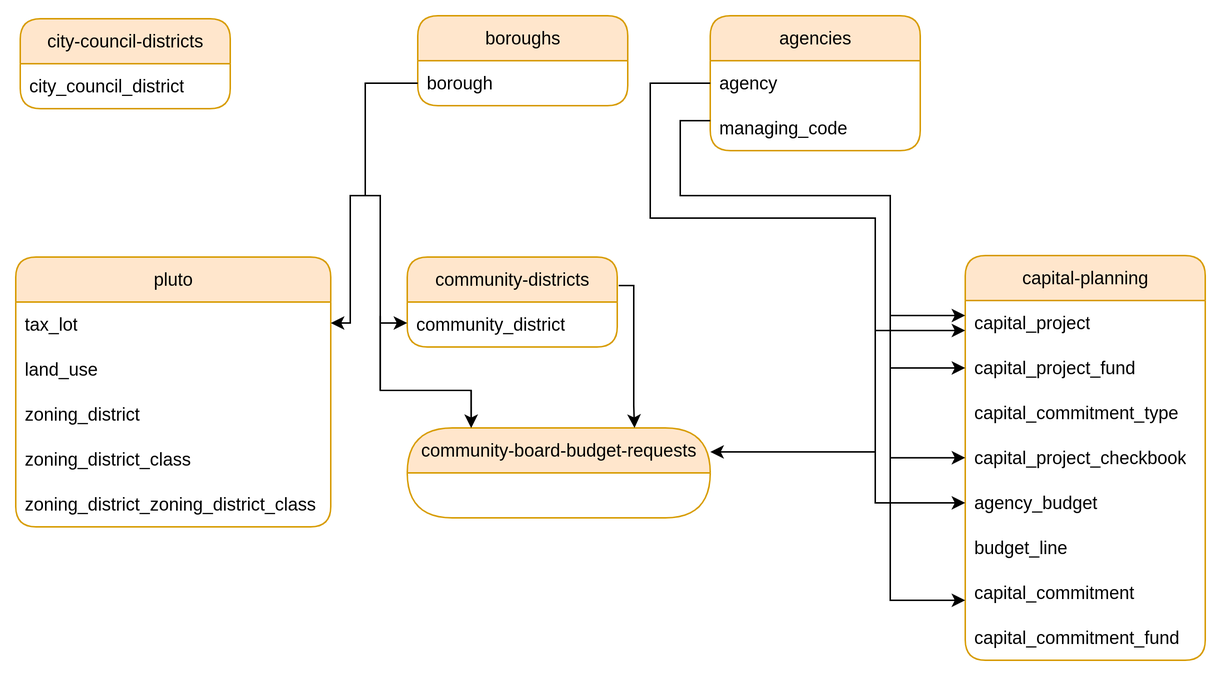
Above: documentation/diagrams/build_table_relationship.drawio.png in NYCPlanning/ae-data-flow (draw.io), before the change. Source tidied: cells renumbered, new cells last; positions are measured from the earlier drawing's top-left corner, leaving out a move shared by most shapes.
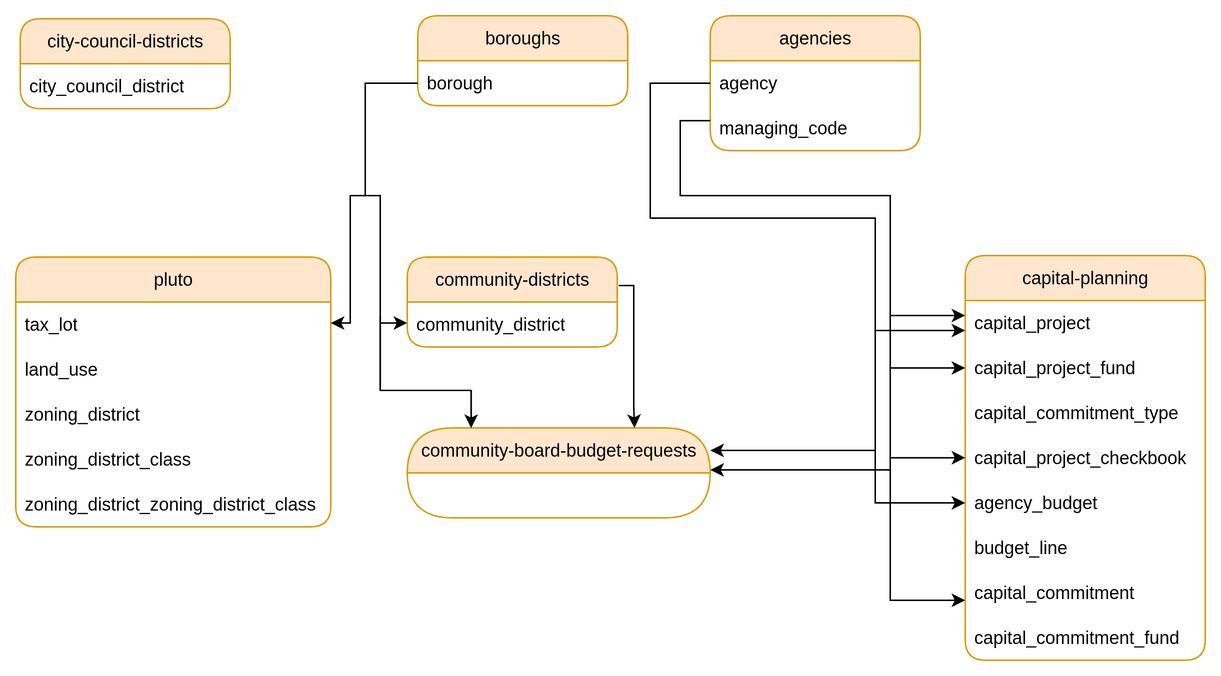
After the commit.

Commit message:
cbbr in documentation diagram

What changed in the source:
```diff
@@ -178,9 +178,19 @@
     </mxCell>
     <mxCell id="37" style="edgeStyle=orthogonalEdgeStyle;rounded=0;orthogonalLoop=1;jettySize=auto;html=1;strokeColor=light-dark(#000000,#CCFFCC);entryX=1;entryY=0.5;entryDx=0;entryDy=0;" parent="1" edge="1">
       <mxGeometry relative="1" as="geometry">
-        <mxPoint x="573" y="291" as="sourcePoint" />
-        <mxPoint x="463" y="291" as="targetPoint" />
+        <mxPoint x="573" y="290" as="sourcePoint" />
+        <mxPoint x="463" y="290" as="targetPoint" />
       </mxGeometry>
     </mxCell>
+    <mxCell id="38" style="edgeStyle=orthogonalEdgeStyle;rounded=0;orthogonalLoop=1;jettySize=auto;html=1;strokeColor=light-dark(#000000,#CCE5FF);" parent="1" edge="1">
+      <mxGeometry relative="1" as="geometry">
+        <mxPoint x="583" y="304" as="sourcePoint" />
+        <mxPoint x="463" y="303" as="targetPoint" />
+        <Array as="points">
+          <mxPoint x="518" y="303" />
+          <mxPoint x="518" y="303" />
+        </Array>
+      </mxGeometry>
+    </mxCell>
   </root>
 </mxGraphModel>
```
